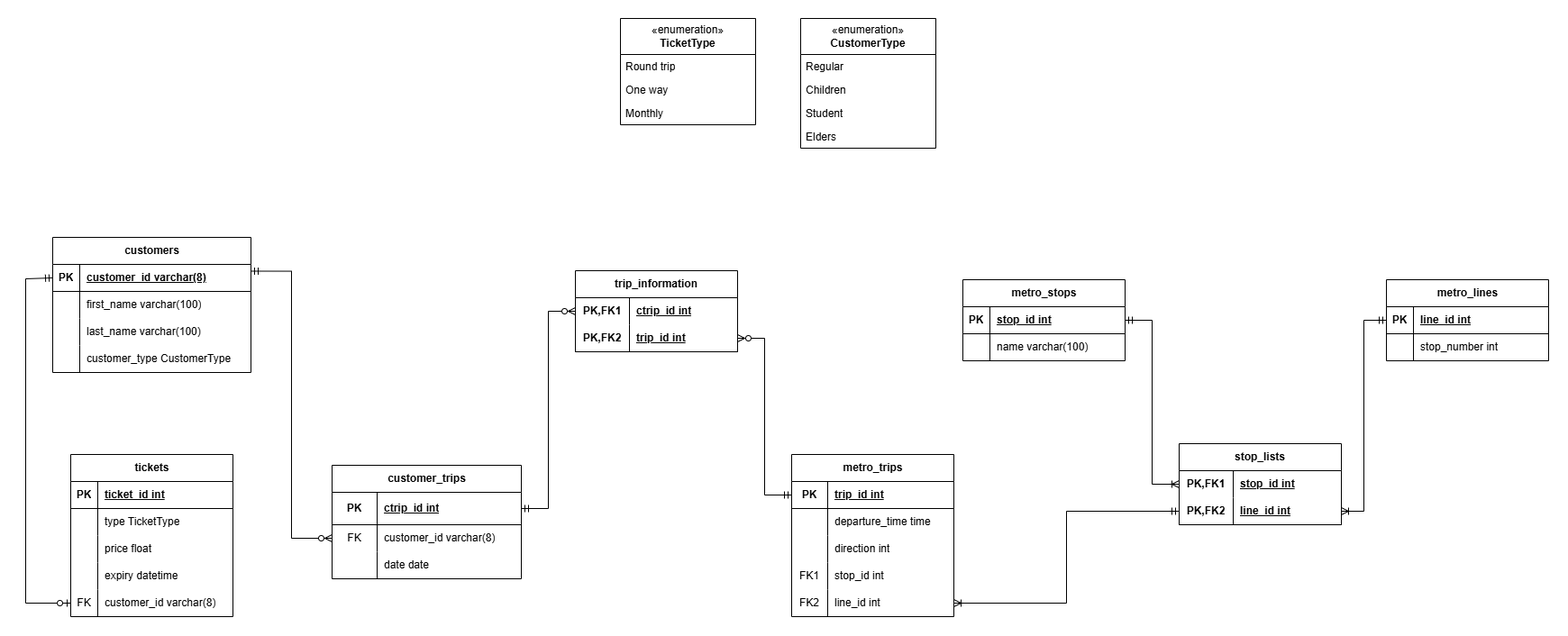
Before: metro_project-ER.png, a diagram exported from draw.io (emochivo/the_metro_project). Source tidied: cells renumbered, new cells last; positions are measured from the earlier drawing's top-left corner, leaving out a move shared by most shapes.
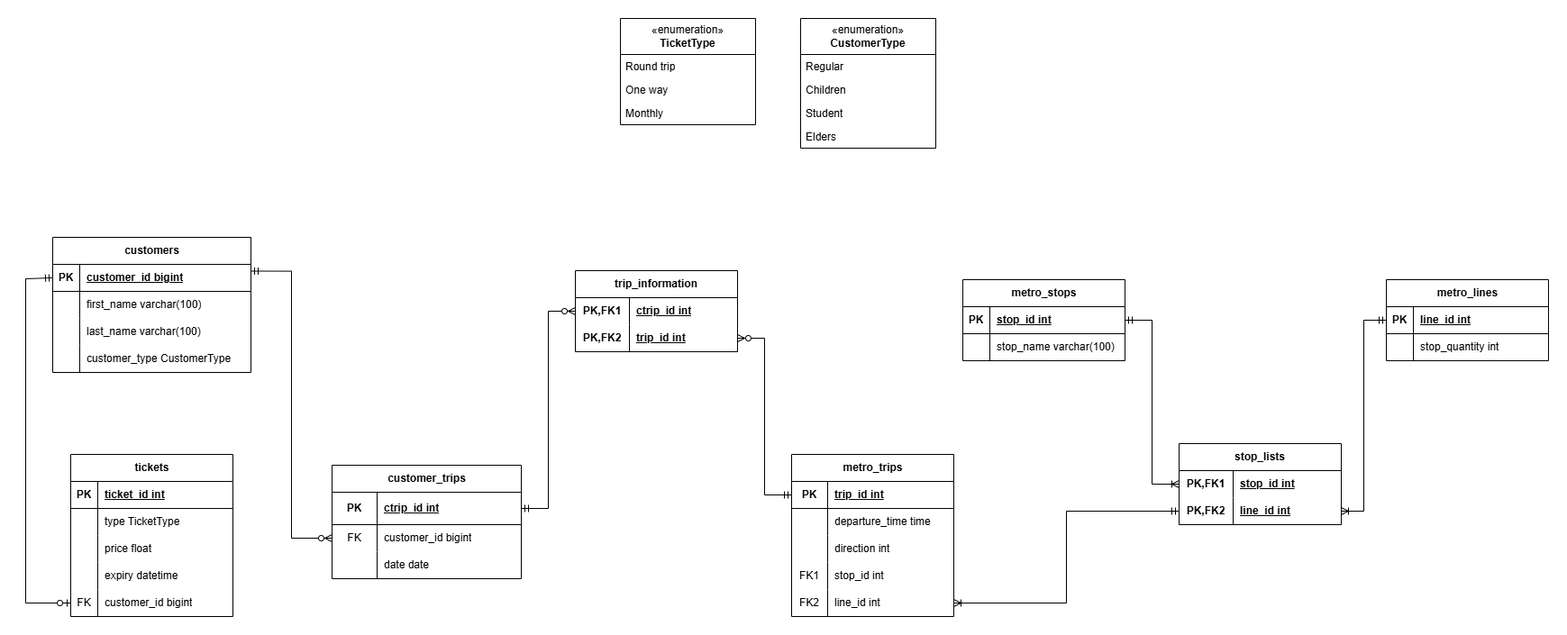
After the change.

Diff of the diagram source:
```diff
@@ -14,7 +14,7 @@
     <mxCell id="5" value="PK" style="shape=partialRectangle;fillColor=none;top=0;left=0;bottom=0;right=0;fontStyle=1;overflow=hidden;whiteSpace=wrap;html=1;" parent="4" vertex="1">
       <mxGeometry width="30" height="30" as="geometry" />
     </mxCell>
-    <mxCell id="6" value="customer_id varchar(8)" style="shape=partialRectangle;fillColor=none;top=0;left=0;bottom=0;right=0;align=left;spacingLeft=6;fontStyle=5;overflow=hidden;whiteSpace=wrap;html=1;" parent="4" vertex="1">
+    <mxCell id="6" value="customer_id bigint" style="shape=partialRectangle;fillColor=none;top=0;left=0;bottom=0;right=0;align=left;spacingLeft=6;fontStyle=5;overflow=hidden;whiteSpace=wrap;html=1;" parent="4" vertex="1">
       <mxGeometry x="30" width="190" height="30" as="geometry" />
     </mxCell>
     <mxCell id="7" style="shape=tableRow;horizontal=0;startSize=0;swimlaneHead=0;swimlaneBody=0;fillColor=none;top=0;left=0;right=0;bottom=0;" parent="3" vertex="1">
@@ -116,7 +116,7 @@
     <mxCell id="39" value="FK" style="shape=partialRectangle;fillColor=none;top=0;left=0;bottom=0;right=0;overflow=hidden;whiteSpace=wrap;html=1;" parent="38" vertex="1">
       <mxGeometry width="30" height="30" as="geometry" />
     </mxCell>
-    <mxCell id="40" value="customer_id varchar(8)" style="shape=partialRectangle;fillColor=none;top=0;left=0;bottom=0;right=0;align=left;spacingLeft=6;overflow=hidden;whiteSpace=wrap;html=1;" parent="38" vertex="1">
+    <mxCell id="40" value="customer_id bigint" style="shape=partialRectangle;fillColor=none;top=0;left=0;bottom=0;right=0;align=left;spacingLeft=6;overflow=hidden;whiteSpace=wrap;html=1;" parent="38" vertex="1">
       <mxGeometry x="30" width="150" height="30" as="geometry" />
     </mxCell>
     <mxCell id="41" value="metro_trips" style="shape=table;startSize=30;rowLines=0;fontStyle=1;align=center;html=1;" parent="1" vertex="1">
@@ -185,7 +185,7 @@
     <mxCell id="62" style="shape=partialRectangle;fillColor=none;top=0;left=0;bottom=0;right=0;overflow=hidden;whiteSpace=wrap;html=1;" parent="61" vertex="1">
       <mxGeometry width="30" height="30" as="geometry" />
     </mxCell>
-    <mxCell id="63" value="stop_number int" style="shape=partialRectangle;fillColor=none;top=0;left=0;bottom=0;right=0;align=left;spacingLeft=6;overflow=hidden;whiteSpace=wrap;html=1;" parent="61" vertex="1">
+    <mxCell id="63" value="stop_quantity int" style="shape=partialRectangle;fillColor=none;top=0;left=0;bottom=0;right=0;align=left;spacingLeft=6;overflow=hidden;whiteSpace=wrap;html=1;" parent="61" vertex="1">
       <mxGeometry x="30" width="150" height="30" as="geometry" />
     </mxCell>
     <mxCell id="64" value="metro_stops" style="shape=table;startSize=30;rowLines=0;fontStyle=1;align=center;html=1;" parent="1" vertex="1">
@@ -206,7 +206,7 @@
     <mxCell id="69" style="shape=partialRectangle;fillColor=none;top=0;left=0;bottom=0;right=0;overflow=hidden;whiteSpace=wrap;html=1;" parent="68" vertex="1">
       <mxGeometry width="30" height="30" as="geometry" />
     </mxCell>
-    <mxCell id="70" value="name varchar(100)" style="shape=partialRectangle;fillColor=none;top=0;left=0;bottom=0;right=0;align=left;spacingLeft=6;overflow=hidden;whiteSpace=wrap;html=1;" parent="68" vertex="1">
+    <mxCell id="70" value="stop_name varchar(100)" style="shape=partialRectangle;fillColor=none;top=0;left=0;bottom=0;right=0;align=left;spacingLeft=6;overflow=hidden;whiteSpace=wrap;html=1;" parent="68" vertex="1">
       <mxGeometry x="30" width="150" height="30" as="geometry" />
     </mxCell>
     <mxCell id="71" style="edgeStyle=orthogonalEdgeStyle;rounded=0;jettySize=auto;html=1;exitX=0;exitY=0.5;exitDx=0;exitDy=0;entryX=0;entryY=0.5;entryDx=0;entryDy=0;endArrow=ERzeroToOne;endFill=0;startArrow=ERmandOne;startFill=0;" parent="1" edge="1" source="4" target="38">
@@ -235,7 +235,7 @@
     <mxCell id="77" value="&lt;span style=&quot;font-weight: normal;&quot;&gt;FK&lt;/span&gt;" style="shape=partialRectangle;fillColor=none;top=0;left=0;bottom=0;right=0;overflow=hidden;whiteSpace=wrap;html=1;swimlaneFillColor=none;swimlaneLine=0;fontStyle=1;" parent="76" vertex="1">
       <mxGeometry width="50" height="30" as="geometry" />
     </mxCell>
-    <mxCell id="78" value="customer_id varchar(8)" style="shape=partialRectangle;fillColor=none;top=0;left=0;bottom=0;right=0;align=left;spacingLeft=6;overflow=hidden;whiteSpace=wrap;html=1;swimlaneFillColor=none;swimlaneLine=0;fontStyle=0;" parent="76" vertex="1">
+    <mxCell id="78" value="customer_id bigint" style="shape=partialRectangle;fillColor=none;top=0;left=0;bottom=0;right=0;align=left;spacingLeft=6;overflow=hidden;whiteSpace=wrap;html=1;swimlaneFillColor=none;swimlaneLine=0;fontStyle=0;" parent="76" vertex="1">
       <mxGeometry x="50" width="160" height="30" as="geometry" />
     </mxCell>
     <mxCell id="79" style="shape=tableRow;horizontal=0;startSize=0;swimlaneHead=0;swimlaneBody=0;fillColor=none;top=0;left=0;right=0;bottom=0;swimlaneFillColor=none;swimlaneLine=0;" parent="72" vertex="1">
```
